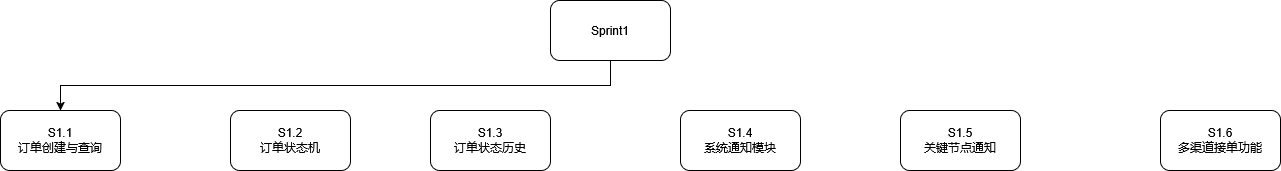
Above: 项目管理WBS.png in QMCCC010/git.demo (draw.io), before the change. Source tidied: cells renumbered, new cells last; positions are measured from the earlier drawing's top-left corner, leaving out a move shared by most shapes. Its diagram source:
```xml
<mxGraphModel>
  <root>
    <mxCell id="0" />
    <mxCell id="1" parent="0" />
    <mxCell id="2" style="edgeStyle=orthogonalEdgeStyle;rounded=0;jettySize=auto;html=1;exitX=0.5;exitY=1;exitDx=0;exitDy=0;" parent="1" edge="1" source="3" target="4">
      <mxGeometry relative="1" as="geometry" />
    </mxCell>
    <mxCell id="3" value="Sprint1" style="rounded=1;whiteSpace=wrap;html=1;" parent="1" vertex="1">
      <mxGeometry x="550" width="120" height="60" as="geometry" />
    </mxCell>
    <mxCell id="4" value="&lt;div&gt;S1.1&lt;/div&gt;&lt;div&gt;订单创建与查询&lt;/div&gt;" style="rounded=1;whiteSpace=wrap;html=1;" parent="1" vertex="1">
      <mxGeometry y="110" width="120" height="60" as="geometry" />
    </mxCell>
    <mxCell id="5" value="&lt;div&gt;S1.2&lt;/div&gt;&lt;div&gt;订单状态机&lt;/div&gt;" style="rounded=1;whiteSpace=wrap;html=1;" parent="1" vertex="1">
      <mxGeometry x="230" y="110" width="120" height="60" as="geometry" />
    </mxCell>
    <mxCell id="6" value="&lt;div&gt;S1.3&lt;/div&gt;&lt;div&gt;订单状态历史&lt;/div&gt;" style="rounded=1;whiteSpace=wrap;html=1;" parent="1" vertex="1">
      <mxGeometry x="430" y="110" width="120" height="60" as="geometry" />
    </mxCell>
    <mxCell id="7" value="&lt;div&gt;S1.4&lt;/div&gt;&lt;div&gt;系统通知模块&lt;/div&gt;" style="rounded=1;whiteSpace=wrap;html=1;" parent="1" vertex="1">
      <mxGeometry x="680" y="110" width="120" height="60" as="geometry" />
    </mxCell>
    <mxCell id="8" value="&lt;div&gt;S1.5&lt;/div&gt;&lt;div&gt;关键节点通知&lt;/div&gt;" style="rounded=1;whiteSpace=wrap;html=1;" parent="1" vertex="1">
      <mxGeometry x="900" y="110" width="120" height="60" as="geometry" />
    </mxCell>
    <mxCell id="9" value="&lt;div&gt;S1.6&lt;/div&gt;&lt;div&gt;多渠道接单功能&lt;/div&gt;" style="rounded=1;whiteSpace=wrap;html=1;" parent="1" vertex="1">
      <mxGeometry x="1160" y="110" width="120" height="60" as="geometry" />
    </mxCell>
  </root>
</mxGraphModel>
```
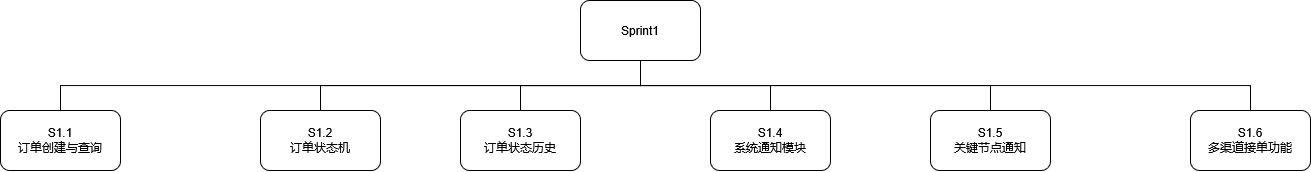
After the change.

Commit message:
更新项目管理WBS.png

Change to the diagram source:
```diff
@@ -2,14 +2,29 @@
   <root>
     <mxCell id="0" />
     <mxCell id="1" parent="0" />
-    <mxCell id="2" style="edgeStyle=orthogonalEdgeStyle;rounded=0;jettySize=auto;html=1;exitX=0.5;exitY=1;exitDx=0;exitDy=0;" parent="1" edge="1" source="3" target="4">
+    <mxCell id="2" style="edgeStyle=orthogonalEdgeStyle;rounded=0;jettySize=auto;html=1;exitX=0.5;exitY=1;exitDx=0;exitDy=0;endArrow=none;endFill=0;" parent="1" edge="1" source="3" target="4">
       <mxGeometry relative="1" as="geometry" />
     </mxCell>
+    <mxCell id="10" style="edgeStyle=orthogonalEdgeStyle;rounded=0;jettySize=auto;html=1;exitX=0.5;exitY=1;exitDx=0;exitDy=0;entryX=0.5;entryY=0;entryDx=0;entryDy=0;endArrow=none;endFill=0;" parent="1" edge="1" source="3" target="9">
+      <mxGeometry relative="1" as="geometry" />
+    </mxCell>
+    <mxCell id="11" style="edgeStyle=orthogonalEdgeStyle;rounded=0;jettySize=auto;html=1;exitX=0.5;exitY=1;exitDx=0;exitDy=0;endArrow=none;endFill=0;" parent="1" edge="1" source="3" target="6">
+      <mxGeometry relative="1" as="geometry" />
+    </mxCell>
+    <mxCell id="12" style="edgeStyle=orthogonalEdgeStyle;rounded=0;jettySize=auto;html=1;exitX=0.5;exitY=1;exitDx=0;exitDy=0;entryX=0.5;entryY=0;entryDx=0;entryDy=0;endArrow=none;endFill=0;" parent="1" edge="1" source="3" target="7">
+      <mxGeometry relative="1" as="geometry" />
+    </mxCell>
+    <mxCell id="13" style="edgeStyle=orthogonalEdgeStyle;rounded=0;jettySize=auto;html=1;exitX=0.5;exitY=1;exitDx=0;exitDy=0;endArrow=none;endFill=0;" parent="1" edge="1" source="3" target="5">
+      <mxGeometry relative="1" as="geometry" />
+    </mxCell>
+    <mxCell id="14" style="edgeStyle=orthogonalEdgeStyle;rounded=0;jettySize=auto;html=1;exitX=0.5;exitY=1;exitDx=0;exitDy=0;entryX=0.5;entryY=0;entryDx=0;entryDy=0;endArrow=none;endFill=0;" parent="1" edge="1" source="3" target="8">
+      <mxGeometry relative="1" as="geometry" />
+    </mxCell>
     <mxCell id="3" value="Sprint1" style="rounded=1;whiteSpace=wrap;html=1;" parent="1" vertex="1">
       <mxGeometry x="550" width="120" height="60" as="geometry" />
     </mxCell>
     <mxCell id="4" value="&lt;div&gt;S1.1&lt;/div&gt;&lt;div&gt;订单创建与查询&lt;/div&gt;" style="rounded=1;whiteSpace=wrap;html=1;" parent="1" vertex="1">
-      <mxGeometry y="110" width="120" height="60" as="geometry" />
+      <mxGeometry x="-30" y="110" width="120" height="60" as="geometry" />
     </mxCell>
     <mxCell id="5" value="&lt;div&gt;S1.2&lt;/div&gt;&lt;div&gt;订单状态机&lt;/div&gt;" style="rounded=1;whiteSpace=wrap;html=1;" parent="1" vertex="1">
       <mxGeometry x="230" y="110" width="120" height="60" as="geometry" />
```
